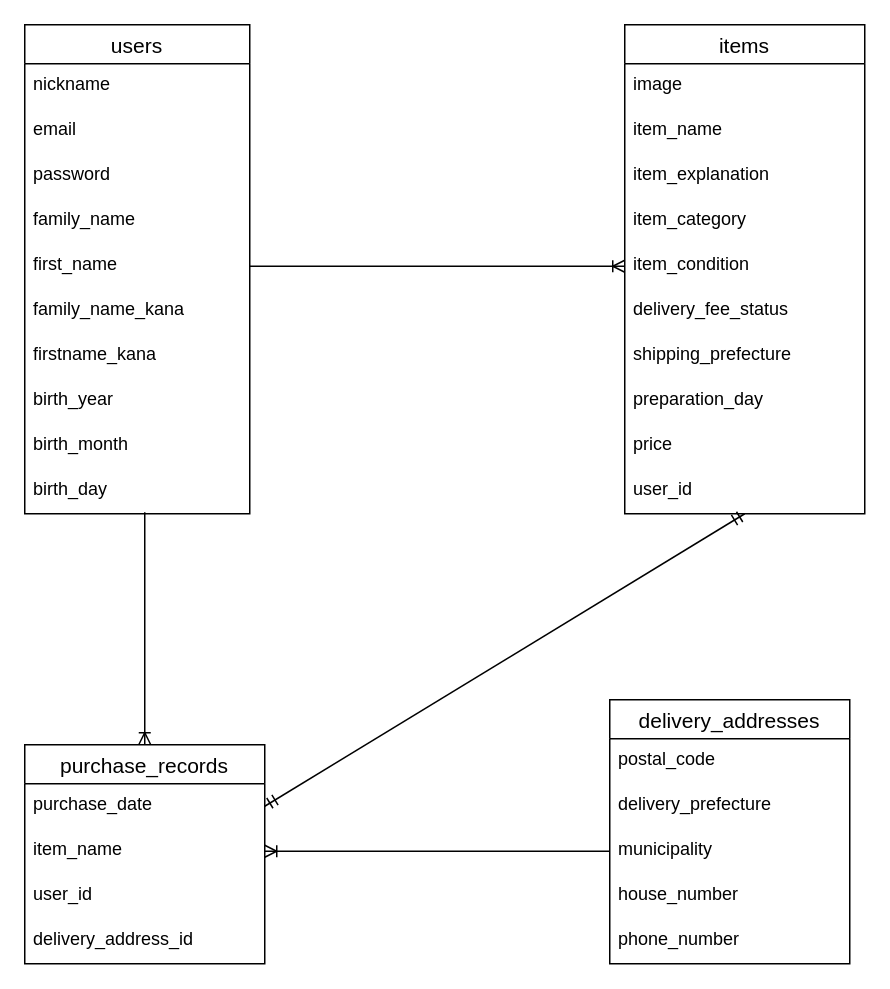
Before: furima_31773.dio in hide-sugi/furima-31773, a draw.io diagram. Source tidied: cells renumbered, new cells numbered last; positions are measured from the earlier drawing's top-left corner, leaving out a move shared by most shapes. Both pictures are drawn from the tidied source at 150%, with x=0, y=0 at pixel (24, 24).
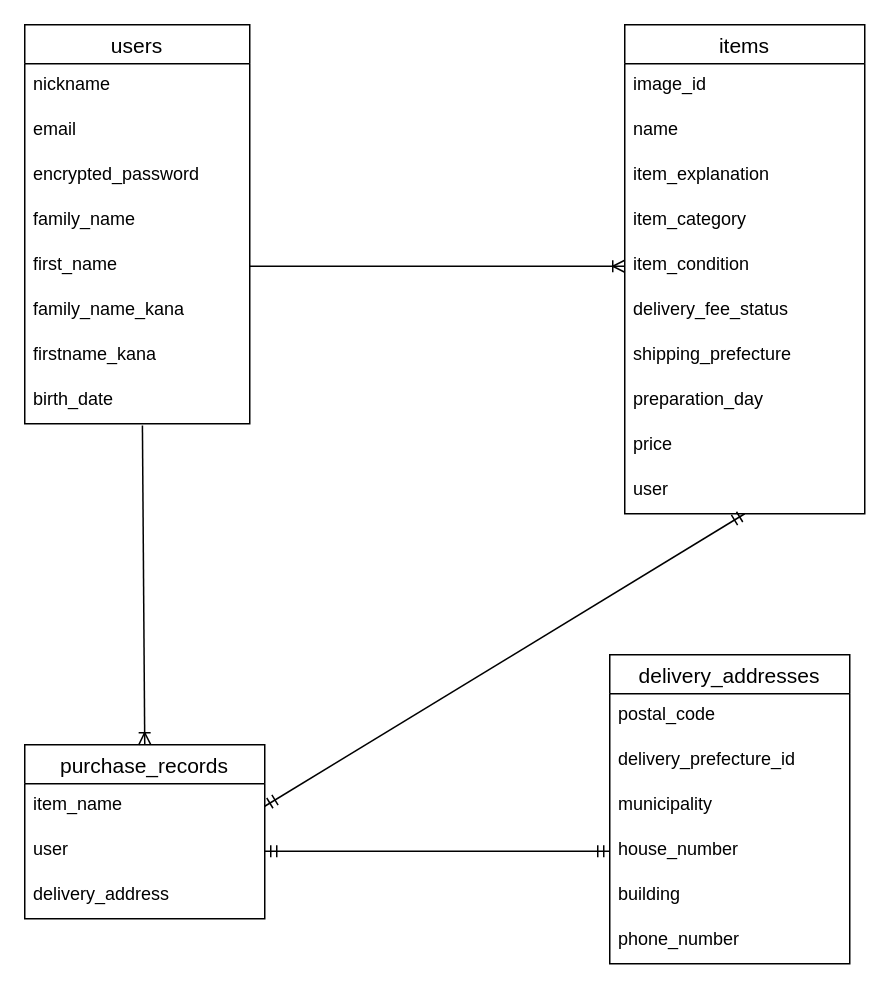
After the change.

Commit message (it also covers changes not shown here):
READMEとER図の修正

The change refers to these unchanged cells:
```xml
<mxCell id="14" value="items" style="swimlane;fontStyle=0;horizontal=1;startSize=26;align=center;fontSize=14;" parent="1" vertex="1">
  <mxGeometry x="400" width="160" height="326" as="geometry" />
</mxCell>
<mxCell id="37" value="municipality" style="text;strokeColor=none;fillColor=none;spacingLeft=4;spacingRight=4;overflow=hidden;points=[[0,0.5],[1,0.5]];portConstraint=eastwest;fontSize=12;" parent="34" vertex="1">
  <mxGeometry y="86" width="160" height="30" as="geometry" />
</mxCell>
<mxCell id="38" value="house_number" style="text;strokeColor=none;fillColor=none;spacingLeft=4;spacingRight=4;overflow=hidden;points=[[0,0.5],[1,0.5]];portConstraint=eastwest;fontSize=12;" parent="34" vertex="1">
  <mxGeometry y="116" width="160" height="30" as="geometry" />
</mxCell>
```

Diff of the diagram source:
```diff
@@
     <mxCell id="2" value="users" style="swimlane;fontStyle=0;horizontal=1;startSize=26;align=center;fontSize=14;" parent="1" vertex="1">
-      <mxGeometry width="150" height="326" as="geometry" />
+      <mxGeometry width="150" height="266" as="geometry" />
     </mxCell>
@@
-    <mxCell id="5" value="password" style="text;strokeColor=none;fillColor=none;spacingLeft=4;spacingRight=4;overflow=hidden;fontSize=12;" parent="2" vertex="1">
+    <mxCell id="5" value="encrypted_password" style="text;strokeColor=none;fillColor=none;spacingLeft=4;spacingRight=4;overflow=hidden;fontSize=12;" parent="2" vertex="1">
       <mxGeometry y="86" width="150" height="30" as="geometry" />
     </mxCell>
@@
-    <mxCell id="10" value="birth_year" style="text;strokeColor=none;fillColor=none;spacingLeft=4;spacingRight=4;overflow=hidden;fontSize=12;" parent="2" vertex="1">
-      <mxGeometry y="236" width="150" height="30" as="geometry" />
-    </mxCell>
-    <mxCell id="11" value="birth_month" style="text;strokeColor=none;fillColor=none;spacingLeft=4;spacingRight=4;overflow=hidden;fontSize=12;" parent="2" vertex="1">
-      <mxGeometry y="266" width="150" height="30" as="geometry" />
-    </mxCell>
-    <mxCell id="12" value="birth_day" style="text;strokeColor=none;fillColor=none;spacingLeft=4;spacingRight=4;overflow=hidden;points=[[0,0.5],[1,0.5]];portConstraint=eastwest;fontSize=12;" parent="2" vertex="1">
-      <mxGeometry y="296" width="150" height="30" as="geometry" />
+    <mxCell id="12" value="birth_date" style="text;strokeColor=none;fillColor=none;spacingLeft=4;spacingRight=4;overflow=hidden;points=[[0,0.5],[1,0.5]];portConstraint=eastwest;fontSize=12;" parent="2" vertex="1">
+      <mxGeometry y="236" width="150" height="30" as="geometry" />
     </mxCell>
@@
-    <mxCell id="15" value="image" style="text;strokeColor=none;fillColor=none;spacingLeft=4;spacingRight=4;overflow=hidden;fontSize=12;" parent="14" vertex="1">
+    <mxCell id="15" value="image_id" style="text;strokeColor=none;fillColor=none;spacingLeft=4;spacingRight=4;overflow=hidden;fontSize=12;" parent="14" vertex="1">
       <mxGeometry y="26" width="160" height="30" as="geometry" />
     </mxCell>
-    <mxCell id="16" value="item_name" style="text;strokeColor=none;fillColor=none;spacingLeft=4;spacingRight=4;overflow=hidden;fontSize=12;" parent="14" vertex="1">
+    <mxCell id="16" value="name" style="text;strokeColor=none;fillColor=none;spacingLeft=4;spacingRight=4;overflow=hidden;fontSize=12;" parent="14" vertex="1">
       <mxGeometry y="56" width="160" height="30" as="geometry" />
     </mxCell>
@@
-    <mxCell id="24" value="user_id" style="text;strokeColor=none;fillColor=none;spacingLeft=4;spacingRight=4;overflow=hidden;fontSize=12;" parent="14" vertex="1">
+    <mxCell id="24" value="user" style="text;strokeColor=none;fillColor=none;spacingLeft=4;spacingRight=4;overflow=hidden;fontSize=12;" parent="14" vertex="1">
       <mxGeometry y="296" width="160" height="30" as="geometry" />
     </mxCell>
@@
     <mxCell id="26" value="purchase_records" style="swimlane;fontStyle=0;horizontal=1;startSize=26;align=center;fontSize=14;" parent="1" vertex="1">
-      <mxGeometry y="480" width="160" height="146" as="geometry" />
+      <mxGeometry y="480" width="160" height="116" as="geometry" />
     </mxCell>
-    <mxCell id="27" value="purchase_date" style="text;strokeColor=none;fillColor=none;spacingLeft=4;spacingRight=4;overflow=hidden;points=[[0,0.5],[1,0.5]];portConstraint=eastwest;fontSize=12;" parent="26" vertex="1">
-      <mxGeometry y="26" width="160" height="30" as="geometry" />
-    </mxCell>
     <mxCell id="28" value="item_name" style="text;strokeColor=none;fillColor=none;spacingLeft=4;spacingRight=4;overflow=hidden;points=[[0,0.5],[1,0.5]];portConstraint=eastwest;fontSize=12;" parent="26" vertex="1">
-      <mxGeometry y="56" width="160" height="30" as="geometry" />
+      <mxGeometry y="26" width="160" height="30" as="geometry" />
     </mxCell>
-    <mxCell id="29" value="user_id" style="text;strokeColor=none;fillColor=none;spacingLeft=4;spacingRight=4;overflow=hidden;points=[[0,0.5],[1,0.5]];portConstraint=eastwest;fontSize=12;" parent="26" vertex="1">
-      <mxGeometry y="86" width="160" height="30" as="geometry" />
+    <mxCell id="29" value="user" style="text;strokeColor=none;fillColor=none;spacingLeft=4;spacingRight=4;overflow=hidden;points=[[0,0.5],[1,0.5]];portConstraint=eastwest;fontSize=12;" parent="26" vertex="1">
+      <mxGeometry y="56" width="160" height="30" as="geometry" />
     </mxCell>
-    <mxCell id="30" value="delivery_address_id" style="text;strokeColor=none;fillColor=none;spacingLeft=4;spacingRight=4;overflow=hidden;fontSize=12;" parent="26" vertex="1">
-      <mxGeometry y="116" width="160" height="30" as="geometry" />
+    <mxCell id="30" value="delivery_address" style="text;strokeColor=none;fillColor=none;spacingLeft=4;spacingRight=4;overflow=hidden;fontSize=12;" parent="26" vertex="1">
+      <mxGeometry y="86" width="160" height="30" as="geometry" />
     </mxCell>
-    <mxCell id="31" style="fontSize=12;html=1;endArrow=ERoneToMany;entryX=0.5;entryY=0;entryDx=0;entryDy=0;" parent="1" edge="1" target="26">
-      <mxGeometry relative="1" as="geometry">
-        <mxPoint x="80" y="325" as="sourcePoint" />
-      </mxGeometry>
+    <mxCell id="31" style="fontSize=12;html=1;endArrow=ERoneToMany;entryX=0.5;entryY=0;entryDx=0;entryDy=0;exitX=0.523;exitY=1.038;exitDx=0;exitDy=0;exitPerimeter=0;" parent="1" edge="1" source="12" target="26">
+      <mxGeometry relative="1" as="geometry" />
     </mxCell>
-    <mxCell id="32" style="fontSize=12;html=1;endArrow=ERoneToMany;entryX=1;entryY=0.5;entryDx=0;entryDy=0;exitX=0;exitY=0.5;exitDx=0;exitDy=0;" parent="1" edge="1" source="37" target="28">
-      <mxGeometry relative="1" as="geometry" />
-    </mxCell>
-    <mxCell id="33" style="fontSize=12;html=1;endArrow=ERmandOne;startArrow=ERmandOne;exitX=1;exitY=0.5;exitDx=0;exitDy=0;entryX=0.5;entryY=1;entryDx=0;entryDy=0;" parent="1" edge="1" source="27" target="14">
-      <mxGeometry relative="1" as="geometry" />
+    <mxCell id="33" style="fontSize=12;html=1;endArrow=ERmandOne;startArrow=ERmandOne;exitX=1;exitY=0.5;exitDx=0;exitDy=0;entryX=0.5;entryY=1;entryDx=0;entryDy=0;" parent="1" edge="1" target="14">
+      <mxGeometry relative="1" as="geometry">
+        <mxPoint x="160" y="521" as="sourcePoint" />
+      </mxGeometry>
     </mxCell>
+    <mxCell id="40" style="edgeStyle=orthogonalEdgeStyle;rounded=0;jettySize=auto;html=1;exitX=1;exitY=0.5;exitDx=0;exitDy=0;entryX=0;entryY=0.5;entryDx=0;entryDy=0;startArrow=ERmandOne;startFill=0;endArrow=ERmandOne;endFill=0;" parent="1" edge="1" source="29" target="38">
+      <mxGeometry relative="1" as="geometry" />
+    </mxCell>
     <mxCell id="34" value="delivery_addresses" style="swimlane;fontStyle=0;horizontal=1;startSize=26;align=center;fontSize=14;" parent="1" vertex="1">
-      <mxGeometry x="390" y="450" width="160" height="176" as="geometry" />
+      <mxGeometry x="390" y="420" width="160" height="206" as="geometry" />
     </mxCell>
@@
-    <mxCell id="36" value="delivery_prefecture" style="text;strokeColor=none;fillColor=none;spacingLeft=4;spacingRight=4;overflow=hidden;fontSize=12;" parent="34" vertex="1">
+    <mxCell id="36" value="delivery_prefecture_id" style="text;strokeColor=none;fillColor=none;spacingLeft=4;spacingRight=4;overflow=hidden;fontSize=12;" parent="34" vertex="1">
       <mxGeometry y="56" width="160" height="30" as="geometry" />
     </mxCell>
@@
+    <mxCell id="41" value="building" style="text;strokeColor=none;fillColor=none;spacingLeft=4;spacingRight=4;overflow=hidden;fontSize=12;" parent="34" vertex="1">
+      <mxGeometry y="146" width="160" height="30" as="geometry" />
+    </mxCell>
     <mxCell id="39" value="phone_number" style="text;strokeColor=none;fillColor=none;spacingLeft=4;spacingRight=4;overflow=hidden;fontSize=12;" parent="34" vertex="1">
-      <mxGeometry y="146" width="160" height="30" as="geometry" />
+      <mxGeometry y="176" width="160" height="30" as="geometry" />
     </mxCell>
```
